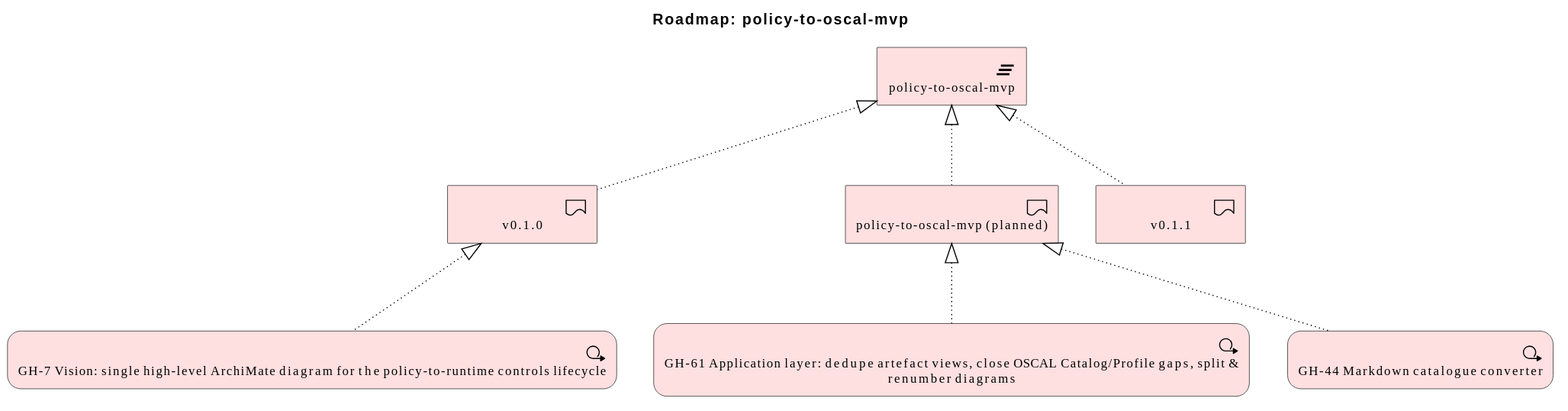
Earlier version of the PlantUML export architecture/model/diagrams/migration/plat-policy-to-oscal-mvp-1.svg (wolffy-au/frictionless-architect).
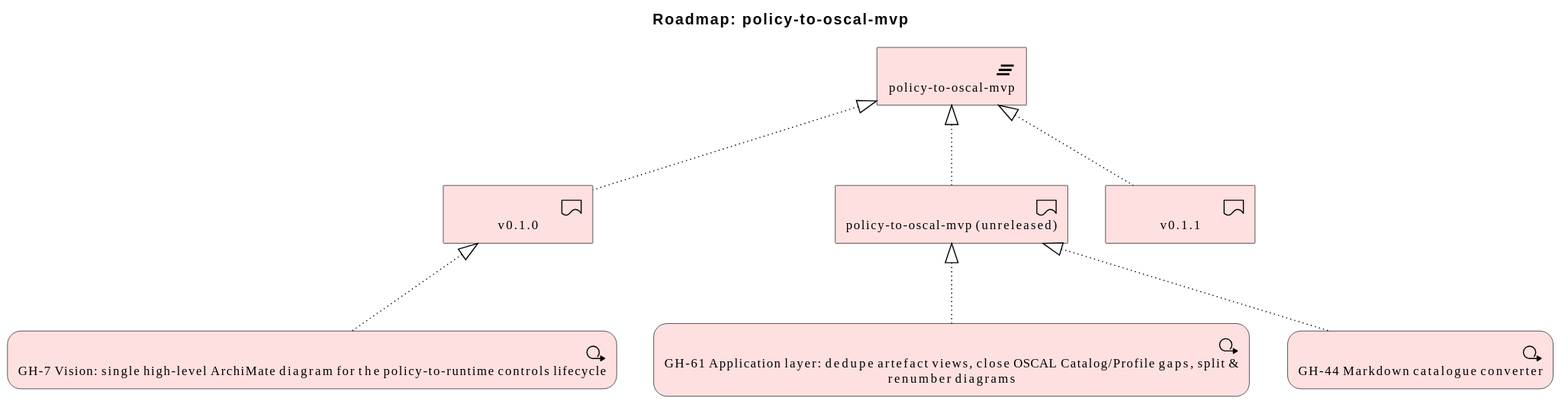
The same file after the commit.

What changed in the source:
```diff
@@ -3,7 +3,7 @@
 
 title Roadmap: policy-to-oscal-mvp
 
-Implementation_Deliverable(e_id81c17bb8a4cd53, "policy-to-oscal-mvp (planned)")
+Implementation_Deliverable(e_ide553dac909af52, "policy-to-oscal-mvp (unreleased)")
 Implementation_Deliverable(e_id314ed2487dd05b, "v0.1.0")
 Implementation_Deliverable(e_id2e464c827cef55, "v0.1.1")
 Implementation_Plateau(e_idb94c55ad2a0756, "policy-to-oscal-mvp")
@@ -11,10 +11,10 @@
 Implementation_WorkPackage(e_idec7bd9bf840c5d, "GH-44 Markdown catalogue converter")
 Implementation_WorkPackage(e_id8683212dafbd5b, "GH-7 Vision: single high-level ArchiMate diagram for the policy-to-runtime controls lifecycle")
 
-Rel_Realization_Up(e_id81c17bb8a4cd53, e_idb94c55ad2a0756, "")
+Rel_Realization_Up(e_ide553dac909af52, e_idb94c55ad2a0756, "")
 Rel_Realization_Up(e_id314ed2487dd05b, e_idb94c55ad2a0756, "")
 Rel_Realization_Up(e_id2e464c827cef55, e_idb94c55ad2a0756, "")
-Rel_Realization_Up(e_id340c952eaee456, e_id81c17bb8a4cd53, "")
-Rel_Realization_Up(e_idec7bd9bf840c5d, e_id81c17bb8a4cd53, "")
+Rel_Realization_Up(e_id340c952eaee456, e_ide553dac909af52, "")
+Rel_Realization_Up(e_idec7bd9bf840c5d, e_ide553dac909af52, "")
 Rel_Realization_Up(e_id8683212dafbd5b, e_id314ed2487dd05b, "")
 @enduml
```
